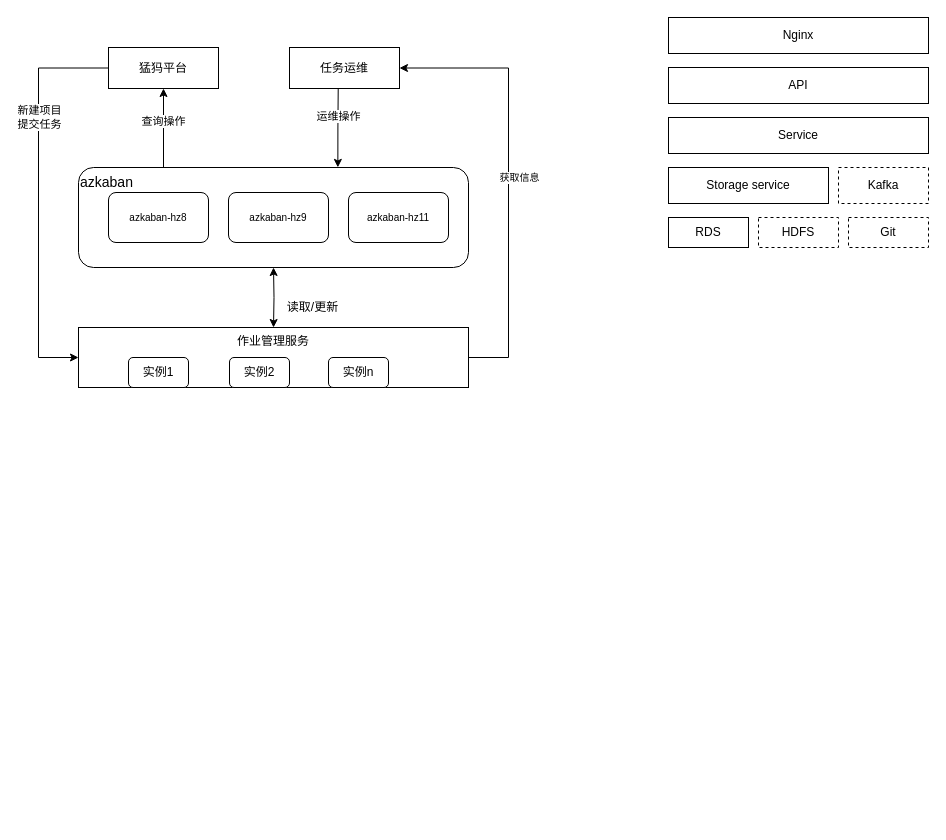
This is jobmanager.drawio from blackberrier/drawiorepo, a draw.io file, before an edit. Source tidied: cells renumbered, new cells numbered last; positions are measured from the earlier drawing's top-left corner, leaving out a move shared by most shapes. Both pictures are drawn from the tidied source at 100%, with x=0, y=0 at pixel (38, 17).
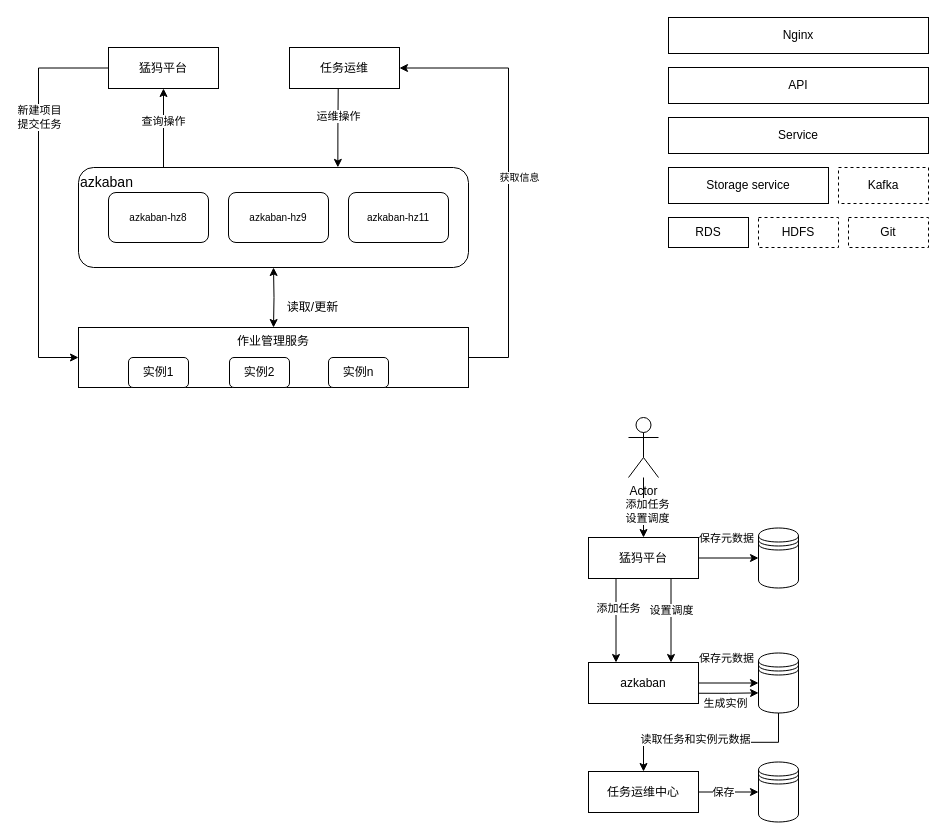
The same diagram, later.

The edit, as a diff of the source:
```diff
@@
+    <mxCell id="30" style="edgeStyle=orthogonalEdgeStyle;rounded=0;jettySize=auto;html=1;exitX=1;exitY=0.5;exitDx=0;exitDy=0;" parent="1" edge="1" source="36" target="42">
+      <mxGeometry relative="1" as="geometry" />
+    </mxCell>
+    <mxCell id="31" value="保存元数据" style="edgeLabel;html=1;align=center;verticalAlign=middle;" parent="30" vertex="1">
+      <mxGeometry x="-0.39" y="1" relative="1" as="geometry">
+        <mxPoint x="9" y="-19" as="offset" />
+      </mxGeometry>
+    </mxCell>
+    <mxCell id="32" style="edgeStyle=orthogonalEdgeStyle;rounded=0;jettySize=auto;html=1;exitX=0.25;exitY=1;exitDx=0;exitDy=0;entryX=0.25;entryY=0;entryDx=0;entryDy=0;" parent="1" edge="1" source="36" target="41">
+      <mxGeometry relative="1" as="geometry" />
+    </mxCell>
+    <mxCell id="33" value="添加任务" style="edgeLabel;html=1;align=center;verticalAlign=middle;" parent="32" vertex="1">
+      <mxGeometry x="-0.31" y="2" relative="1" as="geometry" />
+    </mxCell>
+    <mxCell id="34" style="edgeStyle=orthogonalEdgeStyle;rounded=0;jettySize=auto;html=1;exitX=0.75;exitY=1;exitDx=0;exitDy=0;entryX=0.75;entryY=0;entryDx=0;entryDy=0;" parent="1" edge="1" source="36" target="41">
+      <mxGeometry relative="1" as="geometry" />
+    </mxCell>
+    <mxCell id="35" value="设置调度" style="edgeLabel;html=1;align=center;verticalAlign=middle;" parent="34" vertex="1">
+      <mxGeometry x="-0.26" relative="1" as="geometry" />
+    </mxCell>
+    <mxCell id="36" value="猛犸平台" style="rounded=0;whiteSpace=wrap;html=1;" parent="1" vertex="1">
+      <mxGeometry x="550" y="520" width="110" height="41" as="geometry" />
+    </mxCell>
+    <mxCell id="37" style="edgeStyle=orthogonalEdgeStyle;rounded=0;jettySize=auto;html=1;exitX=1;exitY=0.5;exitDx=0;exitDy=0;entryX=0;entryY=0.5;entryDx=0;entryDy=0;" parent="1" edge="1" source="41" target="48">
+      <mxGeometry relative="1" as="geometry" />
+    </mxCell>
+    <mxCell id="38" value="保存元数据" style="edgeLabel;html=1;align=center;verticalAlign=middle;" parent="37" vertex="1">
+      <mxGeometry x="-0.34" y="-2" relative="1" as="geometry">
+        <mxPoint x="7" y="-27" as="offset" />
+      </mxGeometry>
+    </mxCell>
+    <mxCell id="39" style="edgeStyle=orthogonalEdgeStyle;rounded=0;jettySize=auto;html=1;exitX=1;exitY=0.75;exitDx=0;exitDy=0;entryX=0.002;entryY=0.665;entryDx=0;entryDy=0;entryPerimeter=0;" parent="1" edge="1" source="41" target="48">
+      <mxGeometry relative="1" as="geometry" />
+    </mxCell>
+    <mxCell id="40" value="生成实例" style="edgeLabel;html=1;align=center;verticalAlign=middle;" parent="39" vertex="1">
+      <mxGeometry x="-0.3" relative="1" as="geometry">
+        <mxPoint x="6" y="10" as="offset" />
+      </mxGeometry>
+    </mxCell>
+    <mxCell id="41" value="azkaban" style="rounded=0;whiteSpace=wrap;html=1;" parent="1" vertex="1">
+      <mxGeometry x="550" y="645" width="110" height="41" as="geometry" />
+    </mxCell>
+    <mxCell id="42" style="shape=datastore;whiteSpace=wrap;html=1;" parent="1" vertex="1">
+      <mxGeometry x="720" y="510.5" width="40" height="60" as="geometry" />
+    </mxCell>
+    <mxCell id="43" style="edgeStyle=orthogonalEdgeStyle;rounded=0;jettySize=auto;html=1;exitX=1;exitY=0.5;exitDx=0;exitDy=0;" parent="1" edge="1" source="45" target="49">
+      <mxGeometry relative="1" as="geometry" />
+    </mxCell>
+    <mxCell id="44" value="保存" style="edgeLabel;html=1;align=center;verticalAlign=middle;" parent="43" vertex="1">
+      <mxGeometry x="-0.19" relative="1" as="geometry" />
+    </mxCell>
+    <mxCell id="45" value="任务运维中心" style="rounded=0;whiteSpace=wrap;html=1;" parent="1" vertex="1">
+      <mxGeometry x="550" y="754" width="110" height="41" as="geometry" />
+    </mxCell>
+    <mxCell id="46" style="edgeStyle=orthogonalEdgeStyle;rounded=0;jettySize=auto;html=1;exitX=0.5;exitY=1;exitDx=0;exitDy=0;entryX=0.5;entryY=0;entryDx=0;entryDy=0;" parent="1" edge="1" source="48" target="45">
+      <mxGeometry relative="1" as="geometry" />
+    </mxCell>
+    <mxCell id="47" value="读取任务和实例元数据" style="edgeLabel;html=1;align=center;verticalAlign=middle;" parent="46" vertex="1">
+      <mxGeometry x="0.17" y="-3" relative="1" as="geometry" />
+    </mxCell>
+    <mxCell id="48" style="shape=datastore;whiteSpace=wrap;html=1;" parent="1" vertex="1">
+      <mxGeometry x="720" y="635.5" width="40" height="60" as="geometry" />
+    </mxCell>
+    <mxCell id="49" style="shape=datastore;whiteSpace=wrap;html=1;" parent="1" vertex="1">
+      <mxGeometry x="720" y="744.5" width="40" height="60" as="geometry" />
+    </mxCell>
+    <mxCell id="50" style="edgeStyle=orthogonalEdgeStyle;rounded=0;jettySize=auto;html=1;" parent="1" edge="1" source="52" target="36">
+      <mxGeometry relative="1" as="geometry" />
+    </mxCell>
+    <mxCell id="51" value="添加任务&lt;br&gt;设置调度" style="edgeLabel;html=1;align=center;verticalAlign=middle;" parent="50" vertex="1">
+      <mxGeometry x="0.09" y="3" relative="1" as="geometry" />
+    </mxCell>
+    <mxCell id="52" value="Actor" style="shape=umlActor;verticalLabelPosition=bottom;verticalAlign=top;html=1;" parent="1" vertex="1">
+      <mxGeometry x="590" y="400" width="30" height="60" as="geometry" />
+    </mxCell>
```
